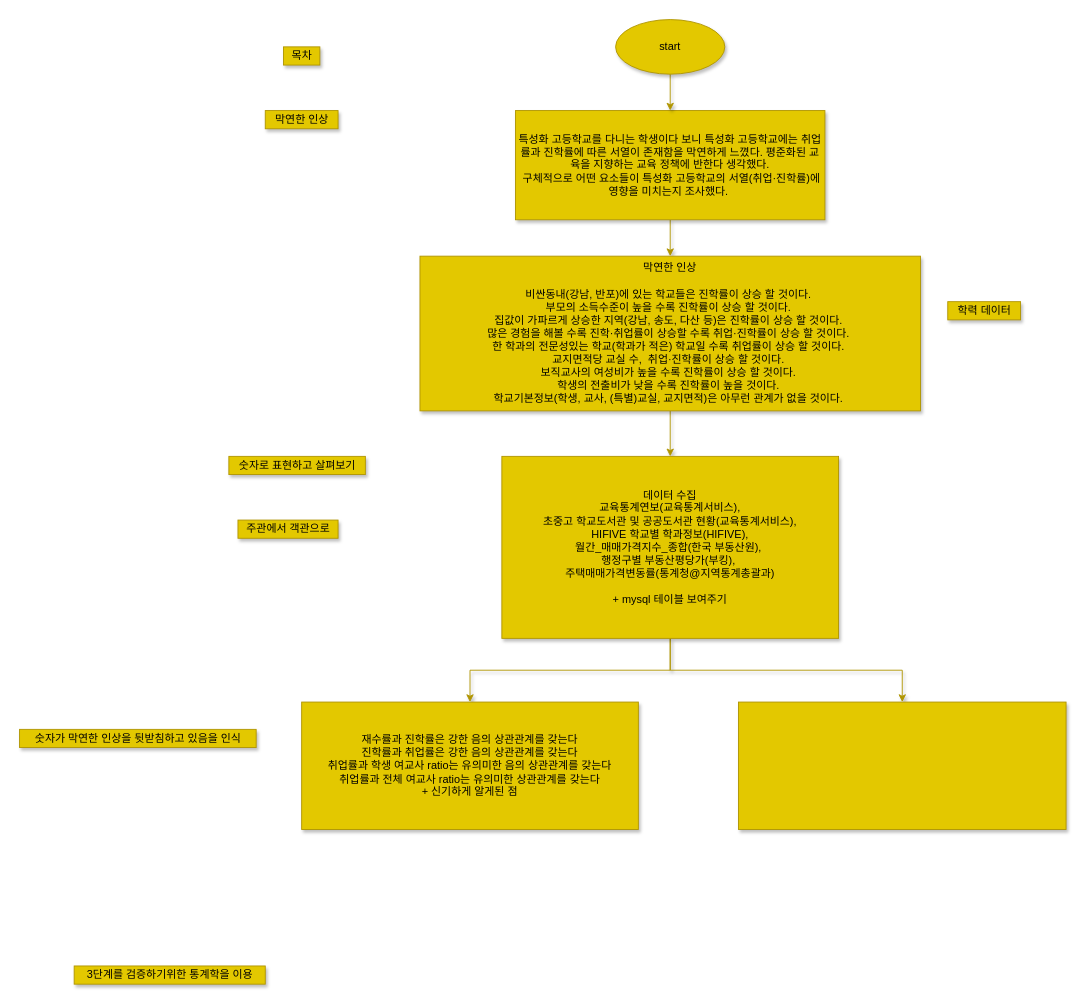
JiwonChung/dataCompetition keeps this draw.io diagram as page "Page-2" (2 of 2) of 2020/탐구순서.drawio. Above is the earlier version. Source tidied: cells renumbered, new cells numbered last; positions are measured from the earlier drawing's top-left corner, leaving out a move shared by most shapes. Both pictures are drawn from the tidied source at 91%, with x=0, y=0 at pixel (19, 19).
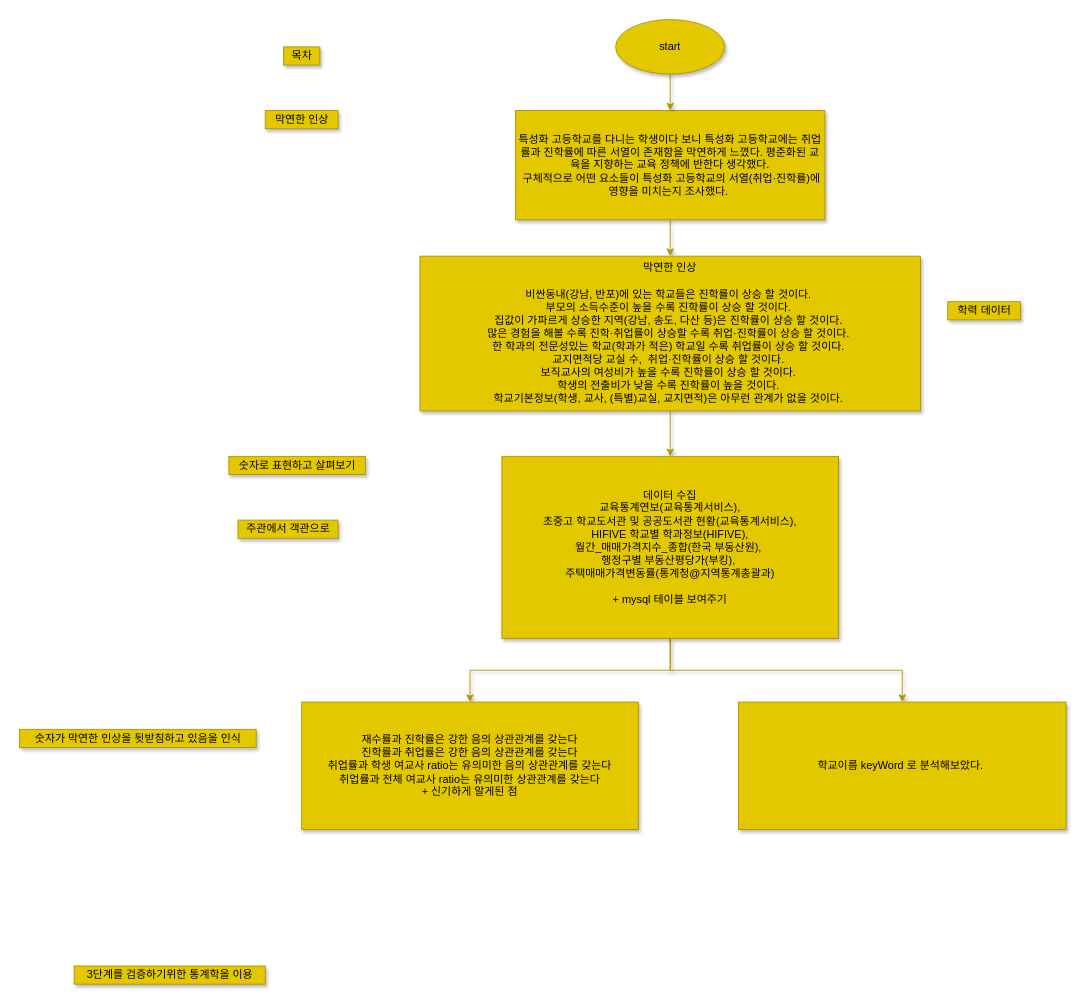
Above is the later version.

Commit message (it also covers changes not shown here):
하루씩 그대에게 다가가는 나 일테니

Diff of the diagram source:
```diff
@@
 <mxGraphModel>
   <root>
     <mxCell id="0" />
     <mxCell id="1" parent="0" />
     <mxCell id="2" value="목차" style="text;html=1;align=center;verticalAlign=middle;strokeColor=#B09500;shadow=1;fillColor=#e3c800;fontColor=#000000;" parent="1" vertex="1">
       <mxGeometry x="290" y="30" width="40" height="20" as="geometry" />
     </mxCell>
     <mxCell id="3" style="edgeStyle=orthogonalEdgeStyle;rounded=0;jettySize=auto;html=1;shadow=1;fillColor=#e3c800;strokeColor=#B09500;fontColor=#000000;" parent="1" edge="1" source="4" target="10">
       <mxGeometry relative="1" as="geometry" />
     </mxCell>
     <mxCell id="4" value="특성화 고등학교를 다니는 학생이다 보니 특성화 고등학교에는 취업률과 진학률에 따른 서열이 존재함을 막연하게 느꼈다. 평준화된 교육을 지향하는 교육 정책에 반한다 생각했다.&lt;br&gt;&amp;nbsp;구체적으로 어떤 요소들이 특성화 고등학교의 서열(취업·진학률)에 영향을 미치는지 조사했다.&amp;nbsp;" style="whiteSpace=wrap;html=1;shadow=1;fillColor=#e3c800;strokeColor=#B09500;fontColor=#000000;" parent="1" vertex="1">
       <mxGeometry x="545" y="100" width="340" height="120" as="geometry" />
     </mxCell>
     <mxCell id="5" value="막연한 인상" style="text;html=1;align=center;verticalAlign=middle;strokeColor=#B09500;shadow=1;fillColor=#e3c800;fontColor=#000000;" parent="1" vertex="1">
       <mxGeometry x="270" y="100" width="80" height="20" as="geometry" />
     </mxCell>
     <mxCell id="6" value="숫자로 표현하고 살펴보기" style="text;html=1;align=center;verticalAlign=middle;strokeColor=#B09500;shadow=1;fillColor=#e3c800;fontColor=#000000;" parent="1" vertex="1">
       <mxGeometry x="230" y="480" width="150" height="20" as="geometry" />
     </mxCell>
     <mxCell id="7" value="숫자가 막연한 인상을 뒷받침하고 있음을 인식" style="text;html=1;align=center;verticalAlign=middle;strokeColor=#B09500;shadow=1;fillColor=#e3c800;fontColor=#000000;" parent="1" vertex="1">
       <mxGeometry y="780" width="260" height="20" as="geometry" />
     </mxCell>
     <mxCell id="8" value="3단계를 검증하기위한 통계학을 이용" style="text;html=1;align=center;verticalAlign=middle;strokeColor=#B09500;shadow=1;fillColor=#e3c800;fontColor=#000000;" parent="1" vertex="1">
       <mxGeometry x="60" y="1040" width="210" height="20" as="geometry" />
     </mxCell>
     <mxCell id="9" style="edgeStyle=orthogonalEdgeStyle;rounded=0;jettySize=auto;html=1;shadow=1;fillColor=#e3c800;strokeColor=#B09500;fontColor=#000000;" parent="1" edge="1" source="10" target="14">
       <mxGeometry relative="1" as="geometry" />
     </mxCell>
     <mxCell id="10" value="막연한 인상&lt;br&gt;&lt;br&gt;비싼동내(강남, 반포)에 있는 학교들은 진학률이 상승 할 것이다.&amp;nbsp;&lt;br&gt;부모의 소득수준이 높을 수록 진학률이 상승 할 것이다.&amp;nbsp;&lt;br&gt;집값이 가파르게 상승한 지역(강남, 송도, 다산 등)은 진학률이 상승 할 것이다.&amp;nbsp;&lt;br&gt;많은 경험을 해볼 수록 진학·취업률이 상승할 수록 취업·진학률이 상승 할 것이다.&amp;nbsp;&lt;br&gt;한 학과의 전문성있는 학교(학과가 적은) 학교일 수록 취업률이 상승 할 것이다.&amp;nbsp;&lt;br&gt;교지면적당 교실 수,&amp;nbsp; 취업·진학률이 상승 할 것이다.&amp;nbsp;&lt;br&gt;보직교사의 여성비가 높을 수록 진학률이 상승 할 것이다.&amp;nbsp;&lt;br&gt;학생의 전출비가 낮을 수록 진학률이 높을 것이다.&amp;nbsp;&lt;br&gt;학교기본정보(학생, 교사, (특별)교실, 교지면적)은 아무런 관계가 없을 것이다.&amp;nbsp;" style="whiteSpace=wrap;html=1;shadow=1;fillColor=#e3c800;strokeColor=#B09500;fontColor=#000000;" parent="1" vertex="1">
       <mxGeometry x="440" y="260" width="550" height="170" as="geometry" />
     </mxCell>
     <mxCell id="11" value="학력 데이터" style="text;html=1;align=center;verticalAlign=middle;strokeColor=#B09500;shadow=1;fillColor=#e3c800;fontColor=#000000;" parent="1" vertex="1">
       <mxGeometry x="1020" y="310" width="80" height="20" as="geometry" />
     </mxCell>
     <mxCell id="12" style="edgeStyle=orthogonalEdgeStyle;rounded=0;jettySize=auto;html=1;exitX=0.5;exitY=1;exitDx=0;exitDy=0;entryX=0.5;entryY=0;entryDx=0;entryDy=0;shadow=1;fillColor=#e3c800;strokeColor=#B09500;fontColor=#000000;" parent="1" edge="1" source="14" target="15">
       <mxGeometry relative="1" as="geometry" />
     </mxCell>
     <mxCell id="13" style="edgeStyle=orthogonalEdgeStyle;rounded=0;jettySize=auto;html=1;exitX=0.5;exitY=1;exitDx=0;exitDy=0;entryX=0.5;entryY=0;entryDx=0;entryDy=0;shadow=1;fillColor=#e3c800;strokeColor=#B09500;fontColor=#000000;" parent="1" edge="1" source="14" target="17">
       <mxGeometry relative="1" as="geometry" />
     </mxCell>
     <mxCell id="14" value="데이터 수집&lt;br&gt;&lt;div&gt;교육통계연보(교육통계서비스),&lt;/div&gt;&lt;div&gt;초중고 학교도서관 및 공공도서관 현황(교육통계서비스),&lt;/div&gt;&lt;div&gt;HIFIVE 학교별 학과정보(HIFIVE),&lt;/div&gt;&lt;div&gt;월간_매매가격지수_종합(한국 부동산원),&amp;nbsp;&lt;/div&gt;&lt;div&gt;행정구별 부동산평당가(부킹),&amp;nbsp;&lt;/div&gt;&lt;div&gt;주택매매가격변동률(통계청@지역통계총괄과)&lt;/div&gt;&lt;div&gt;&lt;br&gt;&lt;/div&gt;&lt;div&gt;+ mysql 테이블 보여주기&lt;/div&gt;" style="whiteSpace=wrap;html=1;shadow=1;fillColor=#e3c800;strokeColor=#B09500;fontColor=#000000;" parent="1" vertex="1">
       <mxGeometry x="530" y="480" width="370" height="200" as="geometry" />
     </mxCell>
     <mxCell id="15" value="재수률과 진학률은 강한 음의 상관관계를 갖는다&lt;br&gt;진학률과 취업률은 강한 음의 상관관계를 갖는다&lt;br&gt;취업률과 학생 여교사 ratio는 유의미한 음의 상관관계를 갖는다&lt;br&gt;취업률과 전체 여교사 ratio는 유의미한 상관관계를 갖는다&lt;br&gt;+ 신기하게 알게된 점" style="whiteSpace=wrap;html=1;shadow=1;fillColor=#e3c800;strokeColor=#B09500;fontColor=#000000;" parent="1" vertex="1">
       <mxGeometry x="310" y="750" width="370" height="140" as="geometry" />
     </mxCell>
     <mxCell id="16" value="주관에서 객관으로" style="text;html=1;align=center;verticalAlign=middle;strokeColor=#B09500;shadow=1;fillColor=#e3c800;fontColor=#000000;" parent="1" vertex="1">
       <mxGeometry x="240" y="550" width="110" height="20" as="geometry" />
     </mxCell>
-    <mxCell id="17" style="whiteSpace=wrap;html=1;shadow=1;fillColor=#e3c800;strokeColor=#B09500;fontColor=#000000;" parent="1" vertex="1">
+    <mxCell id="17" value="학교이름 keyWord 로 분석해보았다.&amp;nbsp;&lt;br&gt;" style="whiteSpace=wrap;html=1;shadow=1;fillColor=#e3c800;strokeColor=#B09500;fontColor=#000000;" parent="1" vertex="1">
       <mxGeometry x="790" y="750" width="360" height="140" as="geometry" />
     </mxCell>
     <mxCell id="18" style="edgeStyle=orthogonalEdgeStyle;rounded=0;jettySize=auto;html=1;exitX=0.5;exitY=1;exitDx=0;exitDy=0;entryX=0.5;entryY=0;entryDx=0;entryDy=0;shadow=1;fillColor=#e3c800;strokeColor=#B09500;fontColor=#000000;" parent="1" edge="1" source="19" target="4">
       <mxGeometry relative="1" as="geometry" />
     </mxCell>
     <mxCell id="19" value="start" style="ellipse;whiteSpace=wrap;html=1;shadow=1;fillColor=#e3c800;strokeColor=#B09500;fontColor=#000000;" parent="1" vertex="1">
       <mxGeometry x="655" width="120" height="60" as="geometry" />
     </mxCell>
   </root>
 </mxGraphModel>
```
